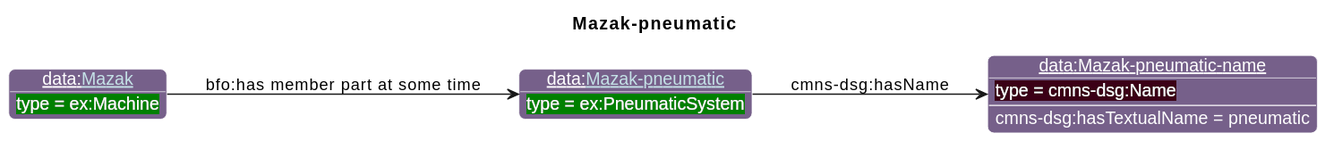
This is diagrams/Mazak-pneumatic.svg from iofoundry/example-syseng-mtconnect, a PlantUML export, as it was before one commit. The source it was exported from:
```plantuml
@startuml
!include ../iof.iuml

<style>
object {
  HyperlinkColor #C4E1E6
}
</style>

left to right direction
skinparam linetype polyline
title Mazak-pneumatic

!$default_direction = down

!$namespace_colors = { "bfo":"DFA702",
                      "iof":"1E90FF",
                      "ns":"Green",
                      "ns1":"76608A",
"ex":"Green","data":"76608A","core":"000000","units":"8A2D3B","qp":"641B2E","cmns-dsg":"3A0519"
}
individual(o1, data:[[./Mazak-pneumatic.html Mazak-pneumatic]], ex:PneumaticSystem)
individual(o2, data:Mazak-pneumatic-name, cmns-dsg:Name)
individual(o3, data:[[./Mazak.html Mazak]], ex:Machine)
property(o1, cmns-dsg:hasName, o2)
data(o2, cmns-dsg:hasTextualName, pneumatic)
property(o3, "bfo:has member part at some time", o1)
@enduml
```
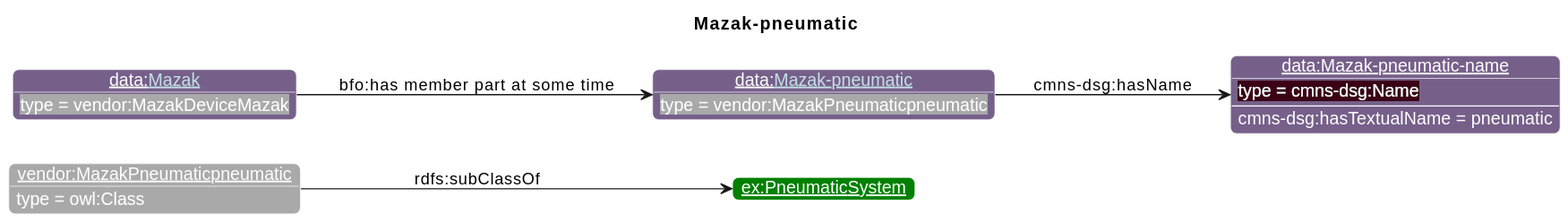
After the change.

Diff of the diagram source:
```diff
@@ -19,10 +19,13 @@
                       "ns1":"76608A",
 "ex":"Green","data":"76608A","core":"000000","units":"8A2D3B","qp":"641B2E","cmns-dsg":"3A0519"
 }
-individual(o1, data:[[./Mazak-pneumatic.html Mazak-pneumatic]], ex:PneumaticSystem)
-individual(o2, data:Mazak-pneumatic-name, cmns-dsg:Name)
-individual(o3, data:[[./Mazak.html Mazak]], ex:Machine)
-property(o1, cmns-dsg:hasName, o2)
-data(o2, cmns-dsg:hasTextualName, pneumatic)
-property(o3, "bfo:has member part at some time", o1)
+individual(o1, vendor:MazakPneumaticpneumatic, owl:Class)
+individual(o2, ex:PneumaticSystem)
+individual(o3, data:[[./Mazak-pneumatic.html Mazak-pneumatic]], vendor:MazakPneumaticpneumatic)
+individual(o4, data:Mazak-pneumatic-name, cmns-dsg:Name)
+individual(o5, data:[[./Mazak.html Mazak]], vendor:MazakDeviceMazak)
+property(o1, rdfs:subClassOf, o2)
+property(o3, cmns-dsg:hasName, o4)
+data(o4, cmns-dsg:hasTextualName, pneumatic)
+property(o5, "bfo:has member part at some time", o3)
 @enduml
```
